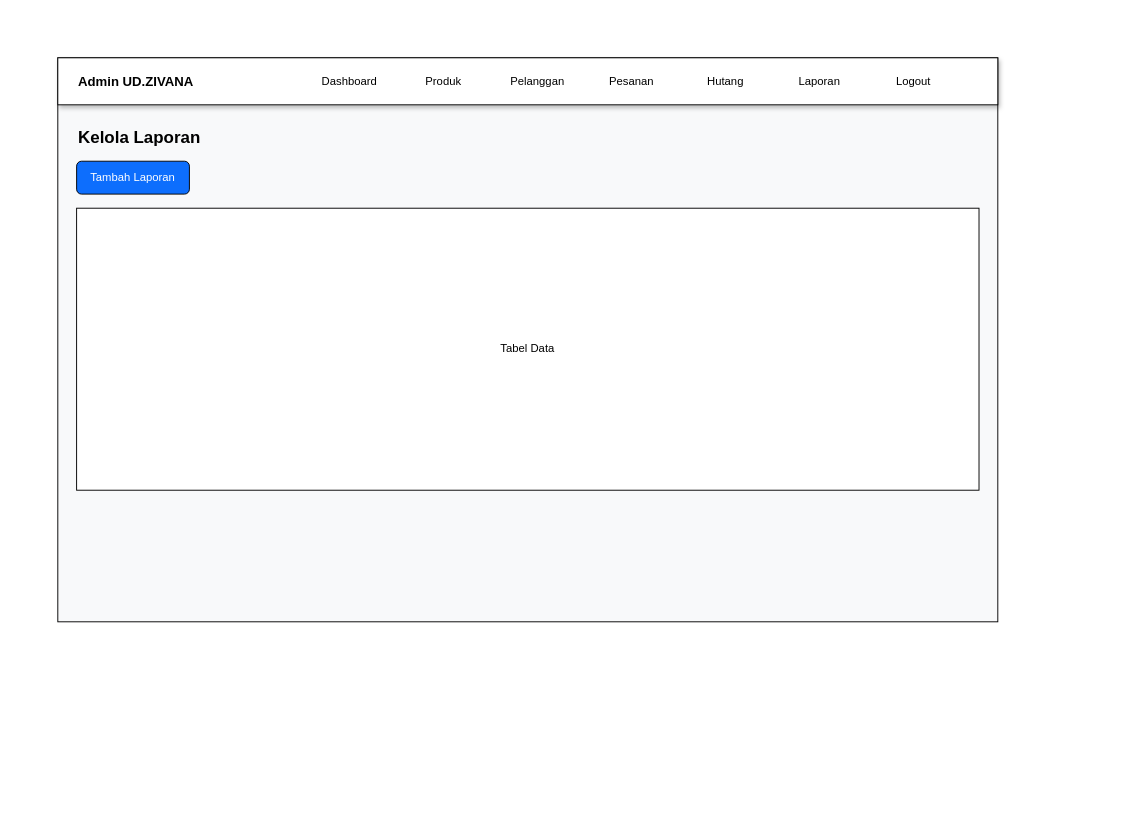
The draw.io diagram diagram/desain/admin/laporan.drawio in RajaSunrise/ud_zivana, before the edit. Source tidied: cells renumbered, new cells numbered last; positions are measured from the earlier drawing's top-left corner, leaving out a move shared by most shapes. Both pictures are drawn from the tidied source at 94%, with x=0, y=0 at pixel (57, 57).
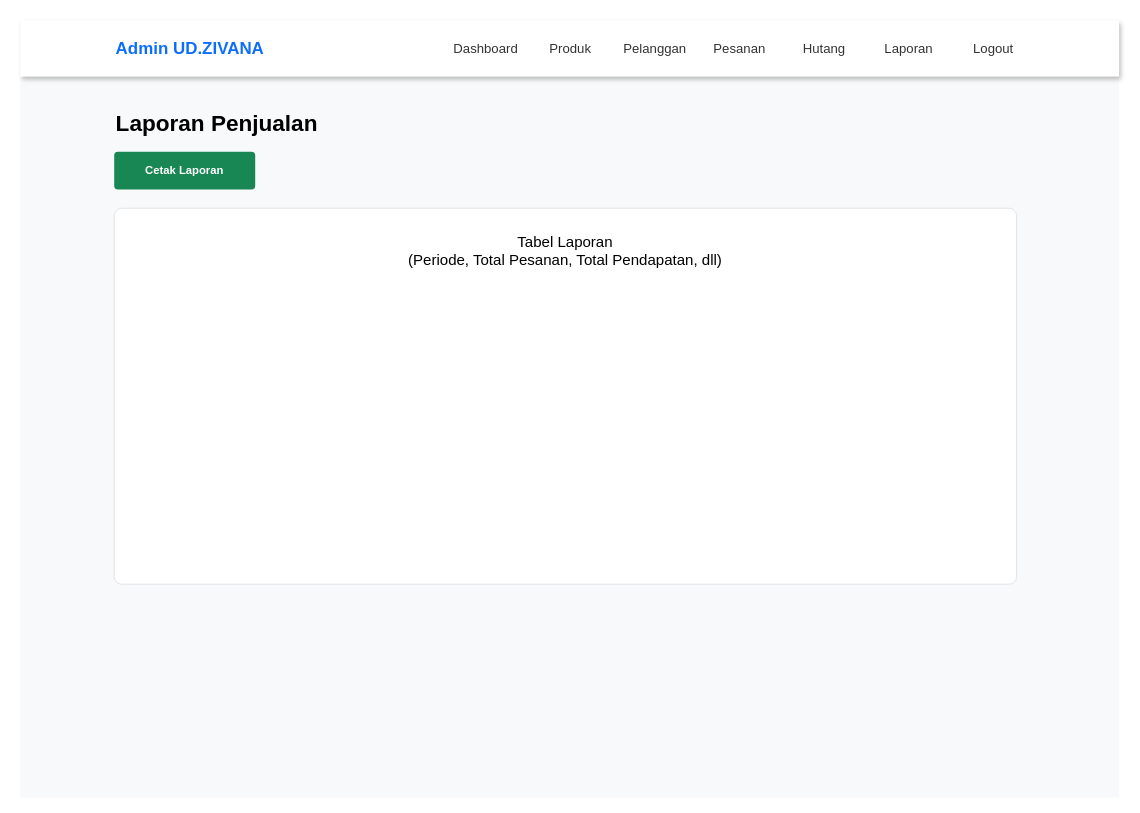
The same diagram, later.

Diff of the diagram source:
```diff
@@
 <mxGraphModel>
   <root>
     <mxCell id="0" />
     <mxCell id="1" parent="0" />
-    <mxCell id="2" style="rounded=0;whiteSpace=wrap;html=1;fillColor=#f8f9fa;" parent="1" vertex="1">
-      <mxGeometry width="1000" height="600" as="geometry" />
+    <mxCell id="2" style="rounded=0;whiteSpace=wrap;html=1;fillColor=#f8f9fa;strokeColor=none;" parent="1" vertex="1">
+      <mxGeometry x="-40" y="-40" width="1169" height="827" as="geometry" />
     </mxCell>
-    <mxCell id="3" style="rounded=0;whiteSpace=wrap;html=1;fillColor=#ffffff;shadow=1;" parent="1" vertex="1">
-      <mxGeometry width="1000" height="50" as="geometry" />
-    </mxCell>
+    <mxCell id="15" style="rounded=0;whiteSpace=wrap;html=1;fillColor=#ffffff;shadow=1;strokeColor=none;" parent="1" vertex="1">
+      <mxGeometry x="-40" y="-40" width="1169" height="60" as="geometry" />
+    </mxCell>
-    <mxCell id="4" value="Admin UD.ZIVANA" style="text;html=1;strokeColor=none;fillColor=none;align=left;verticalAlign=middle;fontStyle=1;fontSize=14;" parent="1" vertex="1">
-      <mxGeometry x="20" width="200" height="50" as="geometry" />
+    <mxCell id="4" value="Admin UD.ZIVANA" style="text;html=1;strokeColor=none;fillColor=none;align=left;verticalAlign=middle;fontStyle=1;fontSize=18;fontColor=#0d6efd;" parent="1" vertex="1">
+      <mxGeometry x="60" y="-30" width="200" height="40" as="geometry" />
     </mxCell>
-    <mxCell id="5" value="Dashboard" style="text;html=1;strokeColor=none;fillColor=none;align=center;verticalAlign=middle;" parent="1" vertex="1">
-      <mxGeometry x="260" width="100" height="50" as="geometry" />
+    <mxCell id="5" value="Dashboard" style="text;html=1;strokeColor=none;fillColor=none;align=center;verticalAlign=middle;fontSize=14;fontColor=#333333;" parent="1" vertex="1">
+      <mxGeometry x="410" y="-30" width="90" height="40" as="geometry" />
     </mxCell>
-    <mxCell id="6" value="Produk" style="text;html=1;strokeColor=none;fillColor=none;align=center;verticalAlign=middle;" parent="1" vertex="1">
-      <mxGeometry x="360" width="100" height="50" as="geometry" />
+    <mxCell id="6" value="Produk" style="text;html=1;strokeColor=none;fillColor=none;align=center;verticalAlign=middle;fontSize=14;fontColor=#333333;" parent="1" vertex="1">
+      <mxGeometry x="500" y="-30" width="90" height="40" as="geometry" />
     </mxCell>
-    <mxCell id="7" value="Pelanggan" style="text;html=1;strokeColor=none;fillColor=none;align=center;verticalAlign=middle;" parent="1" vertex="1">
-      <mxGeometry x="460" width="100" height="50" as="geometry" />
+    <mxCell id="7" value="Pelanggan" style="text;html=1;strokeColor=none;fillColor=none;align=center;verticalAlign=middle;fontSize=14;fontColor=#333333;" parent="1" vertex="1">
+      <mxGeometry x="590" y="-30" width="90" height="40" as="geometry" />
     </mxCell>
-    <mxCell id="8" value="Pesanan" style="text;html=1;strokeColor=none;fillColor=none;align=center;verticalAlign=middle;" parent="1" vertex="1">
-      <mxGeometry x="560" width="100" height="50" as="geometry" />
+    <mxCell id="8" value="Pesanan" style="text;html=1;strokeColor=none;fillColor=none;align=center;verticalAlign=middle;fontSize=14;fontColor=#333333;" parent="1" vertex="1">
+      <mxGeometry x="680" y="-30" width="90" height="40" as="geometry" />
     </mxCell>
-    <mxCell id="9" value="Hutang" style="text;html=1;strokeColor=none;fillColor=none;align=center;verticalAlign=middle;" parent="1" vertex="1">
-      <mxGeometry x="660" width="100" height="50" as="geometry" />
+    <mxCell id="9" value="Hutang" style="text;html=1;strokeColor=none;fillColor=none;align=center;verticalAlign=middle;fontSize=14;fontColor=#333333;" parent="1" vertex="1">
+      <mxGeometry x="770" y="-30" width="90" height="40" as="geometry" />
     </mxCell>
-    <mxCell id="10" value="Laporan" style="text;html=1;strokeColor=none;fillColor=none;align=center;verticalAlign=middle;" parent="1" vertex="1">
-      <mxGeometry x="760" width="100" height="50" as="geometry" />
+    <mxCell id="10" value="Laporan" style="text;html=1;strokeColor=none;fillColor=none;align=center;verticalAlign=middle;fontSize=14;fontColor=#333333;" parent="1" vertex="1">
+      <mxGeometry x="860" y="-30" width="90" height="40" as="geometry" />
     </mxCell>
-    <mxCell id="11" value="Logout" style="text;html=1;strokeColor=none;fillColor=none;align=center;verticalAlign=middle;" parent="1" vertex="1">
-      <mxGeometry x="860" width="100" height="50" as="geometry" />
+    <mxCell id="11" value="Logout" style="text;html=1;strokeColor=none;fillColor=none;align=center;verticalAlign=middle;fontSize=14;fontColor=#333333;" parent="1" vertex="1">
+      <mxGeometry x="950" y="-30" width="90" height="40" as="geometry" />
     </mxCell>
-    <mxCell id="12" value="Kelola Laporan" style="text;html=1;strokeColor=none;fillColor=none;align=left;verticalAlign=middle;fontSize=18;fontStyle=1;" parent="1" vertex="1">
-      <mxGeometry x="20" y="70" width="300" height="30" as="geometry" />
+    <mxCell id="12" value="Laporan Penjualan" style="text;html=1;strokeColor=none;fillColor=none;align=left;verticalAlign=middle;fontSize=24;fontStyle=1;" parent="1" vertex="1">
+      <mxGeometry x="60" y="50" width="300" height="40" as="geometry" />
     </mxCell>
-    <mxCell id="13" value="Tambah Laporan" style="rounded=1;whiteSpace=wrap;html=1;fillColor=#0d6efd;fontColor=#ffffff;" parent="1" vertex="1">
-      <mxGeometry x="20" y="110" width="120" height="35" as="geometry" />
-    </mxCell>
+    <mxCell id="16" value="Cetak Laporan" style="rounded=1;arcSize=10;whiteSpace=wrap;html=1;fillColor=#198754;fontColor=#ffffff;strokeColor=none;fontStyle=1;" parent="1" vertex="1">
+      <mxGeometry x="60" y="100" width="150" height="40" as="geometry" />
+    </mxCell>
-    <mxCell id="14" value="Tabel Data" style="rounded=0;whiteSpace=wrap;html=1;align=center;verticalAlign=middle;" parent="1" vertex="1">
-      <mxGeometry x="20" y="160" width="960" height="300" as="geometry" />
+    <mxCell id="14" value="Tabel Laporan&#10;(Periode, Total Pesanan, Total Pendapatan, dll)" style="rounded=1;arcSize=2;whiteSpace=wrap;html=1;fillColor=#ffffff;strokeColor=#dee2e6;align=center;verticalAlign=top;spacingTop=20;fontSize=16;" parent="1" vertex="1">
+      <mxGeometry x="60" y="160" width="960" height="400" as="geometry" />
     </mxCell>
   </root>
 </mxGraphModel>
```
